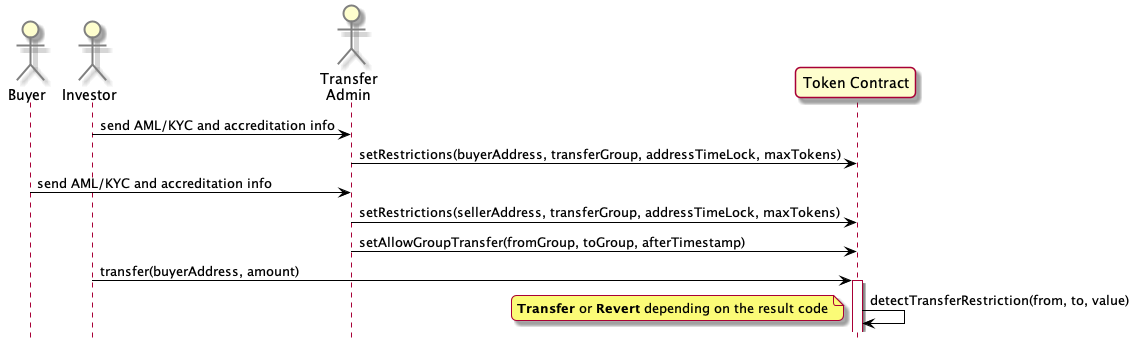
Before: docs/plant-uml-diagrams/transfer-restrictions.png, a diagram exported from PlantUML (melmel27/comakery).
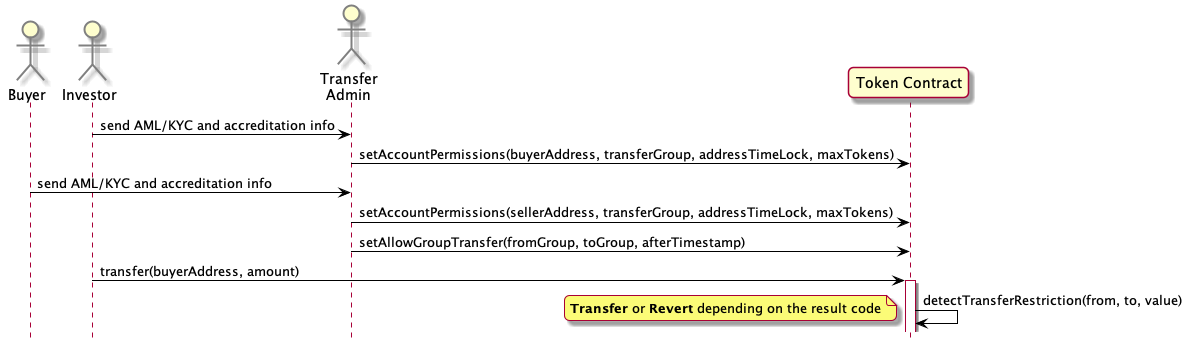
After the change.

Commit message:
refactor transfer enforcement

Diff of the diagram source:
```diff
@@ -11,11 +11,11 @@
 participant "Token Contract" as Token
 
 Investor -> TAdmin: send AML/KYC and accreditation info
-TAdmin -> Token: setRestrictions(buyerAddress, transferGroup, addressTimeLock, maxTokens)
+TAdmin -> Token: setAccountPermissions(buyerAddress, transferGroup, addressTimeLock, maxTokens)
 
 
 Buyer -> TAdmin: send AML/KYC and accreditation info
-TAdmin -> Token: setRestrictions(sellerAddress, transferGroup, addressTimeLock, maxTokens)
+TAdmin -> Token: setAccountPermissions(sellerAddress, transferGroup, addressTimeLock, maxTokens)
 TAdmin -> Token: setAllowGroupTransfer(fromGroup, toGroup, afterTimestamp)
 
 Investor -> Token: transfer(buyerAddress, amount)
```
